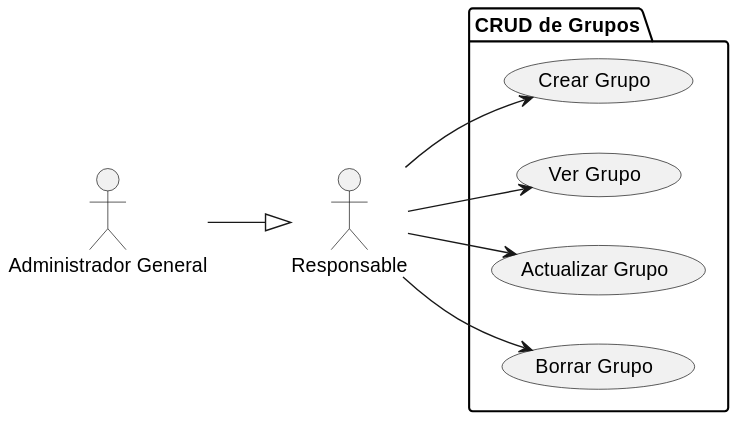
This is docs/casosDeUso/diagramaCasosDeUso/manejoGrupos/manejoGrupo.svg from mmasias/24-25-IdSw1-SDR, a PlantUML export, as it was before one commit.
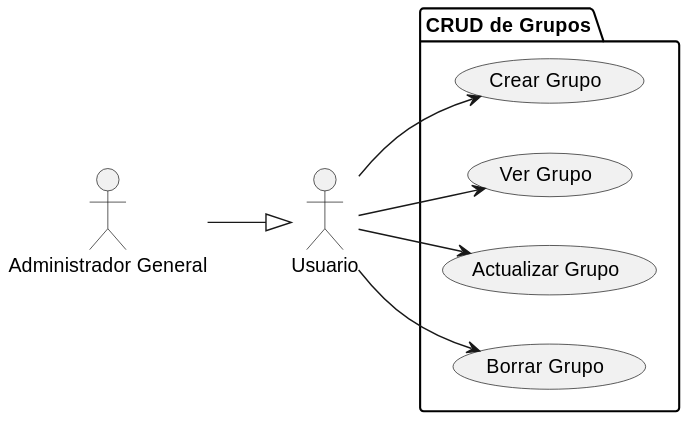
Later version of the same file.

Commit message:
FIX/ cambiar responsable a usuario

Change to the diagram source:
```diff
@@ -1,6 +1,6 @@
 @startuml
 left to right direction
-actor "Responsable" as Responsable
+actor "Usuario" as Usuario
 actor "Administrador General" as AdminGeneral
 
 package "CRUD de Grupos" {
@@ -10,9 +10,9 @@
     usecase "Borrar Grupo" as CC4
 }
 
-AdminGeneral --|> Responsable
-Responsable --> CC1
-Responsable --> CC2
-Responsable --> CC3
-Responsable --> CC4
+AdminGeneral --|> Usuario
+Usuario --> CC1
+Usuario --> CC2
+Usuario --> CC3
+Usuario --> CC4
 @enduml
```
